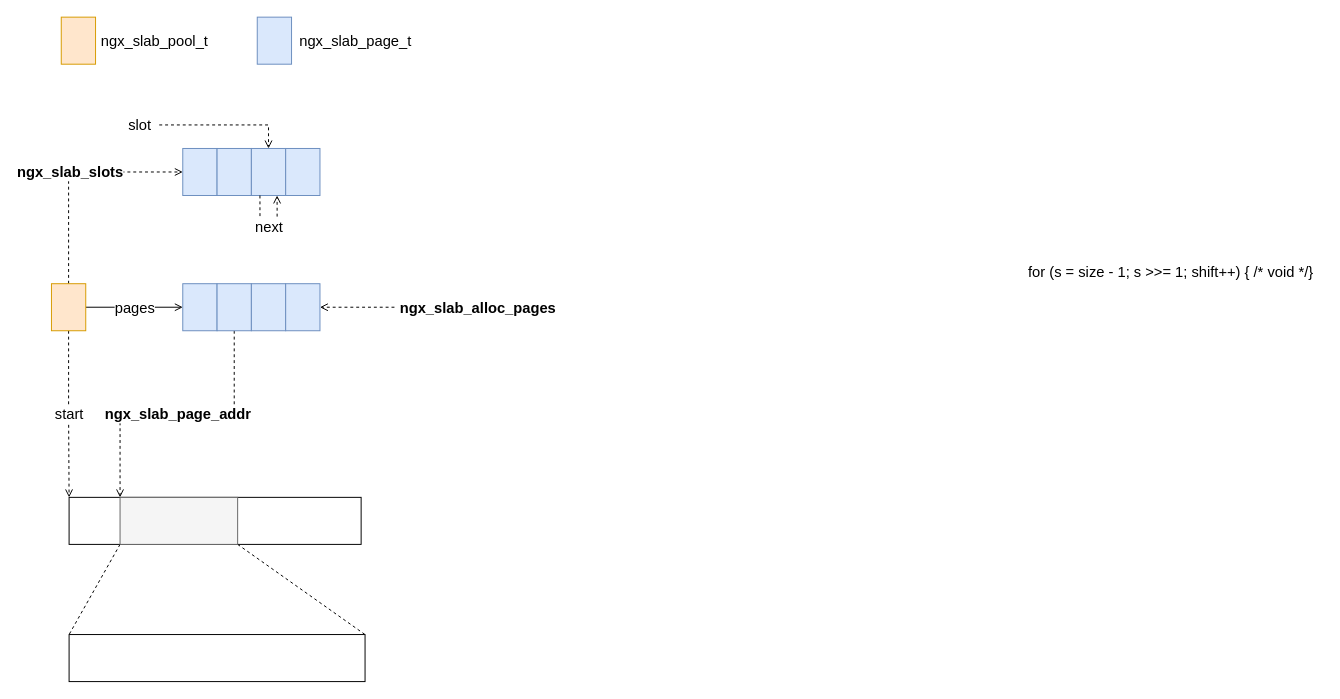
Above: page "第 2 页" (3 of 4) of nginx/ngx_slab.drawio in dovics/draw.io (draw.io), before the change. Source tidied: cells renumbered, new cells numbered last; positions are measured from the earlier drawing's top-left corner, leaving out a move shared by most shapes. Both pictures are drawn from the tidied source at 98%, with x=0, y=0 at pixel (51, 17).
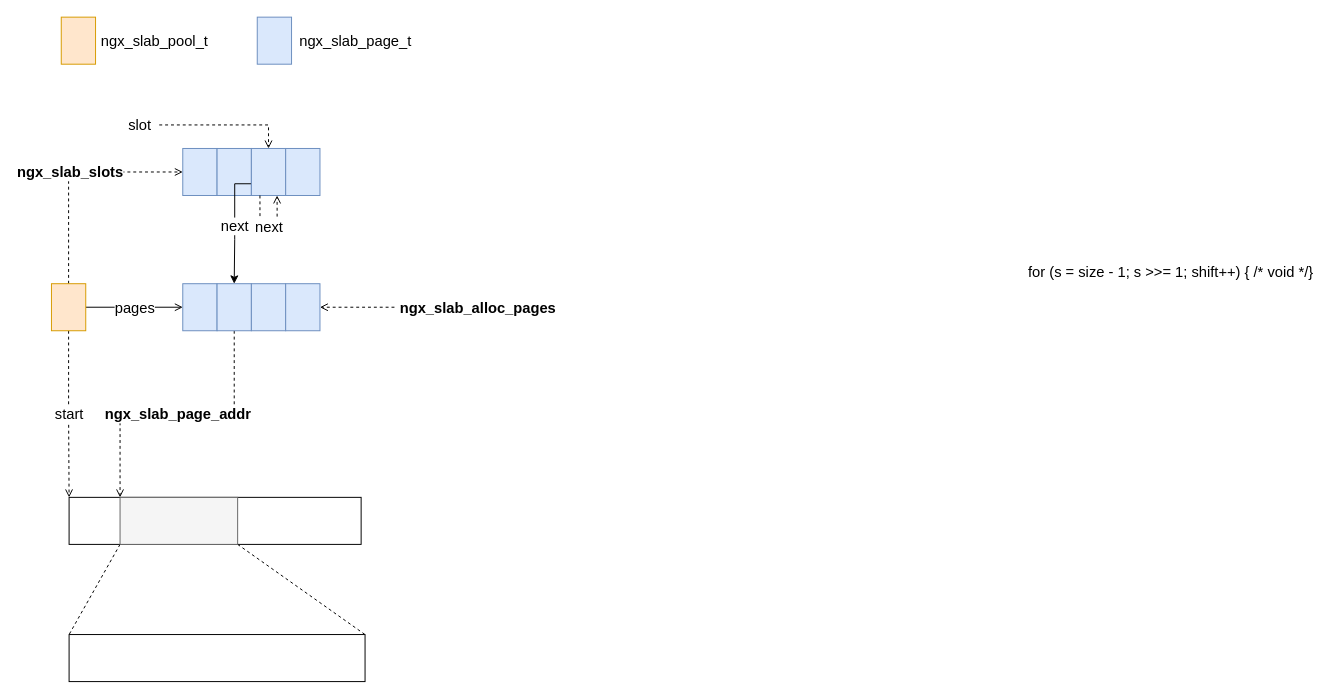
The same page after the edit.

Unchanged cells that the change refers to:
```xml
<mxCell id="7" style="rounded=0;whiteSpace=wrap;html=1;strokeWidth=1;fontSize=16;fillColor=#dae8fc;strokeColor=#6c8ebf;" parent="1" vertex="1">
  <mxGeometry x="169" y="134" width="35" height="48" as="geometry" />
</mxCell>
<mxCell id="20" style="rounded=0;whiteSpace=wrap;html=1;strokeWidth=1;fontSize=16;fillColor=#dae8fc;strokeColor=#6c8ebf;" parent="1" vertex="1">
  <mxGeometry x="169" y="272" width="35" height="48" as="geometry" />
</mxCell>
```

What changed in the source:
```diff
@@
+    <mxCell id="30" value="next" style="edgeStyle=orthogonalEdgeStyle;rounded=0;jettySize=auto;html=1;exitX=1;exitY=0.75;exitDx=0;exitDy=0;entryX=0.5;entryY=0;entryDx=0;entryDy=0;fontSize=15;" parent="1" edge="1" source="7" target="20">
+      <mxGeometry relative="1" as="geometry">
+        <Array as="points">
+          <mxPoint x="187" y="170" />
+          <mxPoint x="187" y="227" />
+        </Array>
+      </mxGeometry>
+    </mxCell>
```
